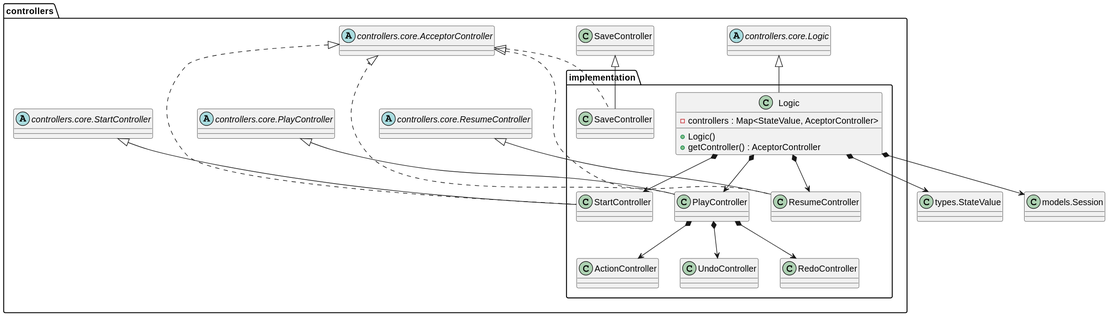
js-rom/connect4 keeps this PlantUML diagram as out/connect4/Docs/diagrams/src/packages/connect4.connect4.controllers.implementation/connect4.connect4.controllers.implementation.svg. Above is the earlier version.
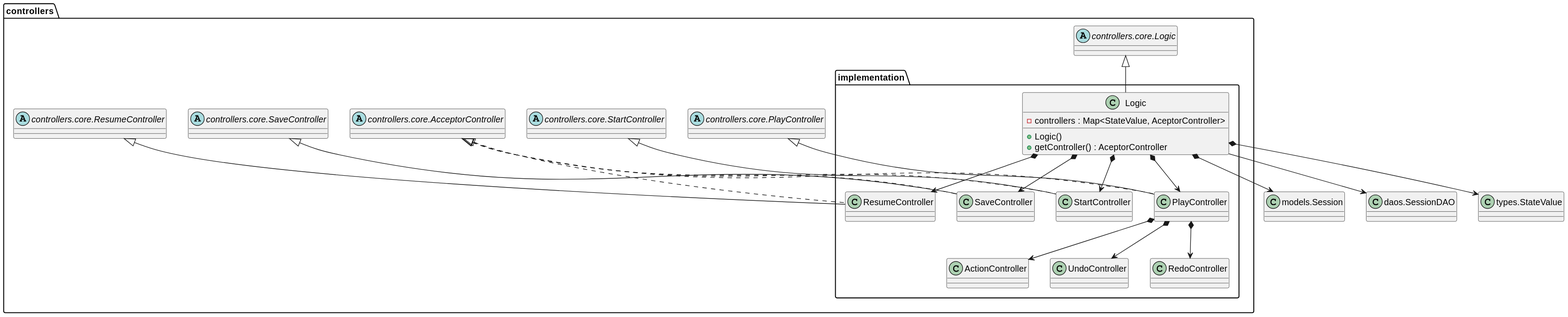
The same file after the commit.

Commit message:
feat: add new state OUT_GAME to Logic associated to SaveController #8

Change to the diagram source:
```diff
@@ -36,6 +36,7 @@
 }
 
 class Session as "models.Session"
+class SessionDAO as "daos.SessionDAO"
 class StateValue as "types.StateValue"
 
 abstract class controllers.AcceptorController as "controllers.core.AcceptorController"
@@ -47,8 +48,10 @@
 abstract class controllers.coreLogic as "controllers.core.Logic"
 coreLogic <|-- Logic
 Logic *--> Session
+Logic --> SessionDAO
 Logic *--> StartController
 Logic *--> PlayController
+Logic *--> SaveController
 Logic *--> ResumeController
 Logic *--> StateValue
 
@@ -58,6 +61,7 @@
 
 abstract class controllers.StartController as "controllers.core.StartController"
 abstract class controllers.PlayController as "controllers.core.PlayController"
+abstract class controllers.SaveController as "controllers.core.SaveController"
 abstract class controllers.ResumeController as "controllers.core.ResumeController"
 
 controllers.StartController <|-- controllers.implementation.StartController
```
